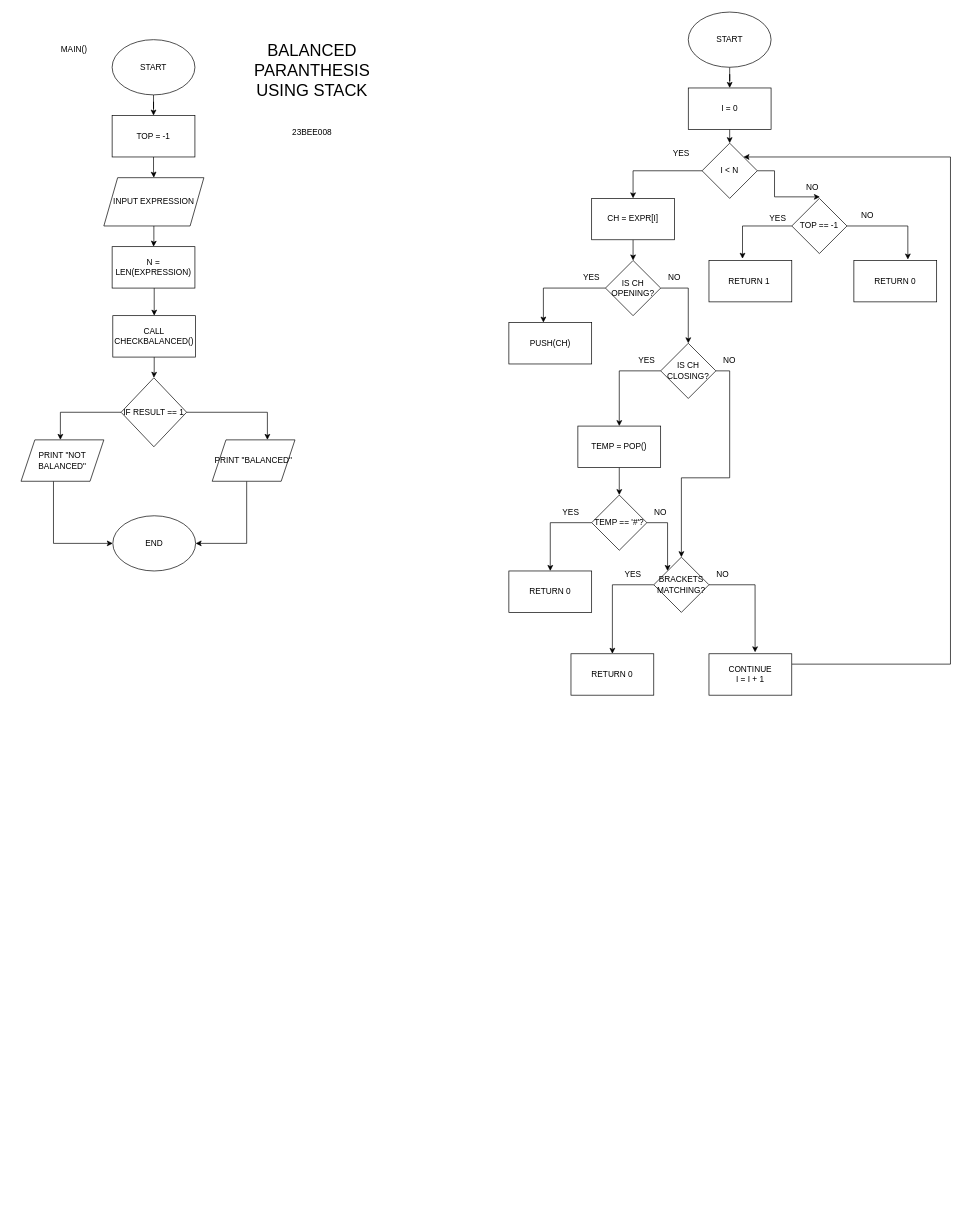
Above: BALANCED_PARANTHESIS.drawio in ahamril2265/DSA-LABS (draw.io), before the change. Source tidied: cells renumbered, new cells numbered last; positions are measured from the earlier drawing's top-left corner, leaving out a move shared by most shapes. Both pictures are drawn from the tidied source at 69%, with x=0, y=0 at pixel (21, 12).
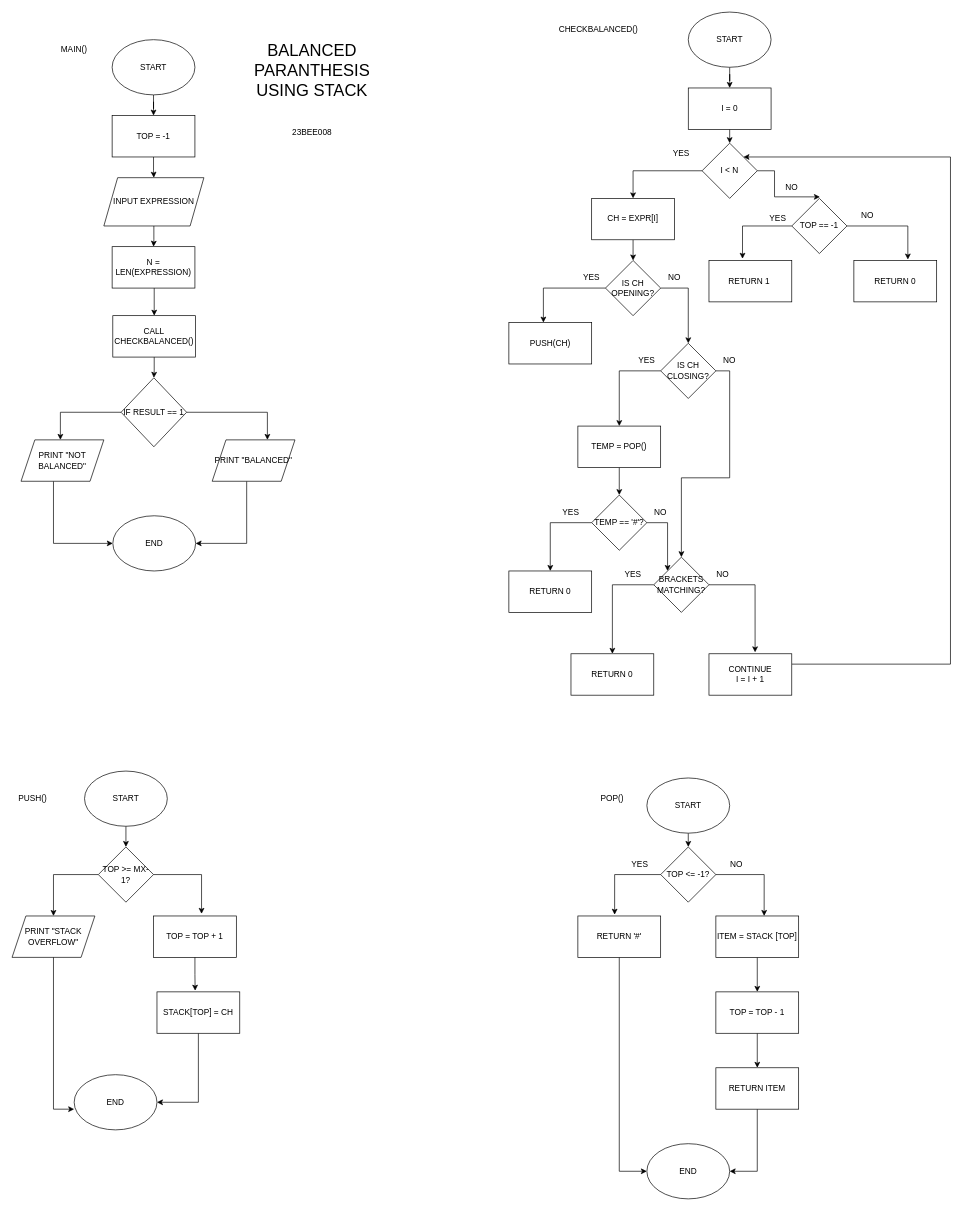
Above is the later version.

What changed in the source:
```diff
@@
     <mxCell id="57" value="NO" style="text;html=1;whiteSpace=wrap;strokeColor=none;fillColor=none;align=center;verticalAlign=middle;rounded=0;" parent="1" vertex="1">
-      <mxGeometry x="1117" y="240" width="60" height="30" as="geometry" />
+      <mxGeometry x="1087" y="240" width="60" height="30" as="geometry" />
     </mxCell>
@@
+    <mxCell id="68" style="edgeStyle=orthogonalEdgeStyle;rounded=0;jettySize=auto;html=1;exitX=0.5;exitY=1;exitDx=0;exitDy=0;entryX=0.5;entryY=0;entryDx=0;entryDy=0;" parent="1" edge="1" source="69" target="71">
+      <mxGeometry relative="1" as="geometry" />
+    </mxCell>
+    <mxCell id="69" value="START" style="ellipse;whiteSpace=wrap;html=1;" parent="1" vertex="1">
+      <mxGeometry x="92" y="1100" width="120" height="80" as="geometry" />
+    </mxCell>
+    <mxCell id="70" style="edgeStyle=orthogonalEdgeStyle;rounded=0;jettySize=auto;html=1;exitX=0;exitY=0.5;exitDx=0;exitDy=0;entryX=0.5;entryY=0;entryDx=0;entryDy=0;" parent="1" edge="1" source="71" target="72">
+      <mxGeometry relative="1" as="geometry" />
+    </mxCell>
+    <mxCell id="71" value="TOP &amp;gt;= MX-1?" style="rhombus;whiteSpace=wrap;html=1;" parent="1" vertex="1">
+      <mxGeometry x="112" y="1210" width="80" height="80" as="geometry" />
+    </mxCell>
+    <mxCell id="72" value="PRINT &quot;STACK OVERFLOW&quot;" style="shape=parallelogram;perimeter=parallelogramPerimeter;whiteSpace=wrap;html=1;fixedSize=1;" parent="1" vertex="1">
+      <mxGeometry x="-13" y="1310" width="120" height="60" as="geometry" />
+    </mxCell>
+    <mxCell id="73" value="TOP = TOP + 1" style="rounded=0;whiteSpace=wrap;html=1;" parent="1" vertex="1">
+      <mxGeometry x="192" y="1310" width="120" height="60" as="geometry" />
+    </mxCell>
+    <mxCell id="74" style="edgeStyle=orthogonalEdgeStyle;rounded=0;jettySize=auto;html=1;exitX=0.5;exitY=1;exitDx=0;exitDy=0;entryX=1;entryY=0.5;entryDx=0;entryDy=0;" parent="1" edge="1" source="75" target="76">
+      <mxGeometry relative="1" as="geometry" />
+    </mxCell>
+    <mxCell id="75" value="STACK[TOP] = CH" style="rounded=0;whiteSpace=wrap;html=1;" parent="1" vertex="1">
+      <mxGeometry x="197" y="1420" width="120" height="60" as="geometry" />
+    </mxCell>
+    <mxCell id="76" value="END" style="ellipse;whiteSpace=wrap;html=1;" parent="1" vertex="1">
+      <mxGeometry x="77" y="1540" width="120" height="80" as="geometry" />
+    </mxCell>
+    <mxCell id="77" style="edgeStyle=orthogonalEdgeStyle;rounded=0;jettySize=auto;html=1;exitX=1;exitY=0.5;exitDx=0;exitDy=0;entryX=0.58;entryY=-0.052;entryDx=0;entryDy=0;entryPerimeter=0;" parent="1" edge="1" source="71" target="73">
+      <mxGeometry relative="1" as="geometry" />
+    </mxCell>
+    <mxCell id="78" style="edgeStyle=orthogonalEdgeStyle;rounded=0;jettySize=auto;html=1;exitX=0.5;exitY=1;exitDx=0;exitDy=0;entryX=0.461;entryY=-0.029;entryDx=0;entryDy=0;entryPerimeter=0;" parent="1" edge="1" source="73" target="75">
+      <mxGeometry relative="1" as="geometry" />
+    </mxCell>
+    <mxCell id="79" style="edgeStyle=orthogonalEdgeStyle;rounded=0;jettySize=auto;html=1;exitX=0.5;exitY=1;exitDx=0;exitDy=0;entryX=0;entryY=0.625;entryDx=0;entryDy=0;entryPerimeter=0;" parent="1" edge="1" source="72" target="76">
+      <mxGeometry relative="1" as="geometry" />
+    </mxCell>
+    <mxCell id="80" value="PUSH()" style="text;html=1;whiteSpace=wrap;strokeColor=none;fillColor=none;align=center;verticalAlign=middle;rounded=0;" parent="1" vertex="1">
+      <mxGeometry x="-13" y="1125" width="60" height="30" as="geometry" />
+    </mxCell>
+    <mxCell id="81" value="CHECKBALANCED()" style="text;html=1;whiteSpace=wrap;strokeColor=none;fillColor=none;align=center;verticalAlign=middle;rounded=0;" parent="1" vertex="1">
+      <mxGeometry x="807" y="10" width="60" height="30" as="geometry" />
+    </mxCell>
+    <mxCell id="82" style="edgeStyle=orthogonalEdgeStyle;rounded=0;jettySize=auto;html=1;exitX=0.5;exitY=1;exitDx=0;exitDy=0;entryX=0.5;entryY=0;entryDx=0;entryDy=0;" parent="1" edge="1" source="83" target="84">
+      <mxGeometry relative="1" as="geometry" />
+    </mxCell>
+    <mxCell id="83" value="START" style="ellipse;whiteSpace=wrap;html=1;" parent="1" vertex="1">
+      <mxGeometry x="907" y="1110" width="120" height="80" as="geometry" />
+    </mxCell>
+    <mxCell id="84" value="TOP &amp;lt;= -1?" style="rhombus;whiteSpace=wrap;html=1;" parent="1" vertex="1">
+      <mxGeometry x="927" y="1210" width="80" height="80" as="geometry" />
+    </mxCell>
+    <mxCell id="85" style="edgeStyle=orthogonalEdgeStyle;rounded=0;jettySize=auto;html=1;exitX=0.5;exitY=1;exitDx=0;exitDy=0;entryX=0;entryY=0.5;entryDx=0;entryDy=0;" parent="1" edge="1" source="86" target="93">
+      <mxGeometry relative="1" as="geometry" />
+    </mxCell>
+    <mxCell id="86" value="RETURN '#'" style="rounded=0;whiteSpace=wrap;html=1;" parent="1" vertex="1">
+      <mxGeometry x="807" y="1310" width="120" height="60" as="geometry" />
+    </mxCell>
+    <mxCell id="87" style="edgeStyle=orthogonalEdgeStyle;rounded=0;jettySize=auto;html=1;exitX=0.5;exitY=1;exitDx=0;exitDy=0;entryX=0.5;entryY=0;entryDx=0;entryDy=0;" parent="1" edge="1" source="88" target="90">
+      <mxGeometry relative="1" as="geometry" />
+    </mxCell>
+    <mxCell id="88" value="ITEM = STACK [TOP]" style="rounded=0;whiteSpace=wrap;html=1;" parent="1" vertex="1">
+      <mxGeometry x="1007" y="1310" width="120" height="60" as="geometry" />
+    </mxCell>
+    <mxCell id="89" style="edgeStyle=orthogonalEdgeStyle;rounded=0;jettySize=auto;html=1;exitX=0.5;exitY=1;exitDx=0;exitDy=0;entryX=0.5;entryY=0;entryDx=0;entryDy=0;" parent="1" edge="1" source="90" target="92">
+      <mxGeometry relative="1" as="geometry" />
+    </mxCell>
+    <mxCell id="90" value="TOP = TOP - 1" style="rounded=0;whiteSpace=wrap;html=1;" parent="1" vertex="1">
+      <mxGeometry x="1007" y="1420" width="120" height="60" as="geometry" />
+    </mxCell>
+    <mxCell id="91" style="edgeStyle=orthogonalEdgeStyle;rounded=0;jettySize=auto;html=1;exitX=0.5;exitY=1;exitDx=0;exitDy=0;entryX=1;entryY=0.5;entryDx=0;entryDy=0;" parent="1" edge="1" source="92" target="93">
+      <mxGeometry relative="1" as="geometry" />
+    </mxCell>
+    <mxCell id="92" value="RETURN ITEM" style="rounded=0;whiteSpace=wrap;html=1;" parent="1" vertex="1">
+      <mxGeometry x="1007" y="1530" width="120" height="60" as="geometry" />
+    </mxCell>
+    <mxCell id="93" value="END" style="ellipse;whiteSpace=wrap;html=1;" parent="1" vertex="1">
+      <mxGeometry x="907" y="1640" width="120" height="80" as="geometry" />
+    </mxCell>
+    <mxCell id="94" style="edgeStyle=orthogonalEdgeStyle;rounded=0;jettySize=auto;html=1;exitX=0;exitY=0.5;exitDx=0;exitDy=0;entryX=0.444;entryY=-0.031;entryDx=0;entryDy=0;entryPerimeter=0;" parent="1" edge="1" source="84" target="86">
+      <mxGeometry relative="1" as="geometry" />
+    </mxCell>
+    <mxCell id="95" style="edgeStyle=orthogonalEdgeStyle;rounded=0;jettySize=auto;html=1;exitX=1;exitY=0.5;exitDx=0;exitDy=0;entryX=0.583;entryY=0;entryDx=0;entryDy=0;entryPerimeter=0;" parent="1" edge="1" source="84" target="88">
+      <mxGeometry relative="1" as="geometry" />
+    </mxCell>
+    <mxCell id="96" value="POP()" style="text;html=1;whiteSpace=wrap;strokeColor=none;fillColor=none;align=center;verticalAlign=middle;rounded=0;" parent="1" vertex="1">
+      <mxGeometry x="827" y="1125" width="60" height="30" as="geometry" />
+    </mxCell>
+    <mxCell id="97" value="YES" style="text;html=1;whiteSpace=wrap;strokeColor=none;fillColor=none;align=center;verticalAlign=middle;rounded=0;" parent="1" vertex="1">
+      <mxGeometry x="867" y="1220" width="60" height="30" as="geometry" />
+    </mxCell>
+    <mxCell id="98" value="NO" style="text;html=1;whiteSpace=wrap;strokeColor=none;fillColor=none;align=center;verticalAlign=middle;rounded=0;" parent="1" vertex="1">
+      <mxGeometry x="1007" y="1220" width="60" height="30" as="geometry" />
+    </mxCell>
```
